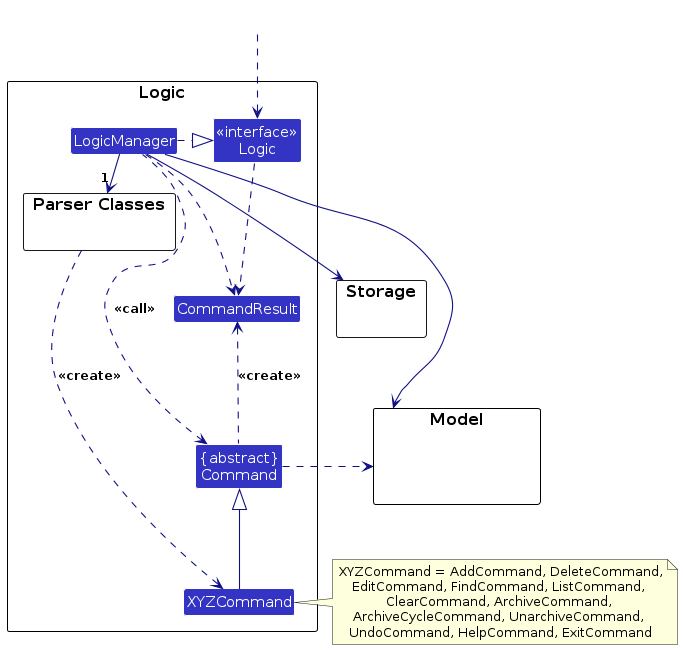
Above: diagrams/LogicClassDiagram.png in AY2526S2-CS2103T-W13-2/tp (PlantUML), before the change. Its source is kept beside it as diagrams/LogicClassDiagram.puml.
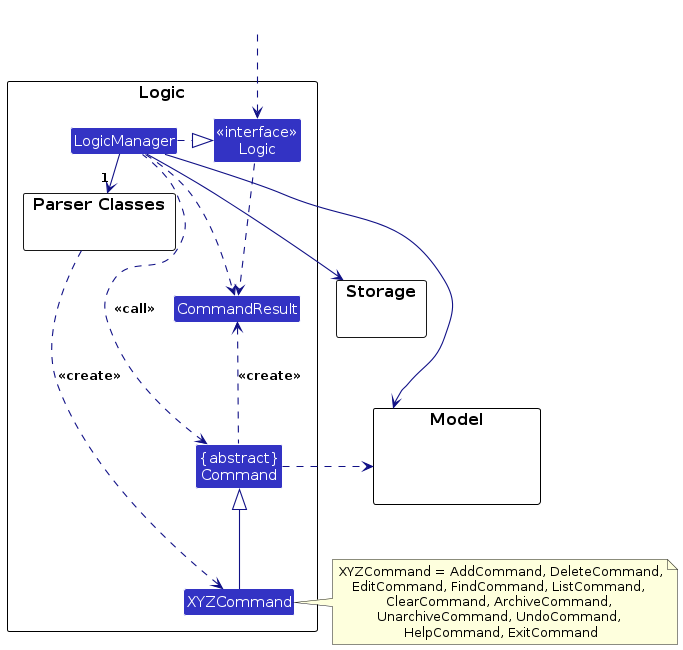
Later version of the same file.

Change to the diagram source:
```diff
@@ -39,7 +39,7 @@
 Storage --[hidden] Model
 Command .[hidden]up.> Storage
 Command .right.> Model
-note right of XYZCommand: XYZCommand = AddCommand, DeleteCommand,\nEditCommand, FindCommand, ListCommand, \nClearCommand, ArchiveCommand, \nArchiveCycleCommand, UnarchiveCommand, \nUndoCommand, HelpCommand, ExitCommand
+note right of XYZCommand: XYZCommand = AddCommand, DeleteCommand,\nEditCommand, FindCommand, ListCommand, \nClearCommand, ArchiveCommand, \nUnarchiveCommand, UndoCommand, \nHelpCommand, ExitCommand
 
 Logic ..> CommandResult
 LogicManager .down.> CommandResult
```
